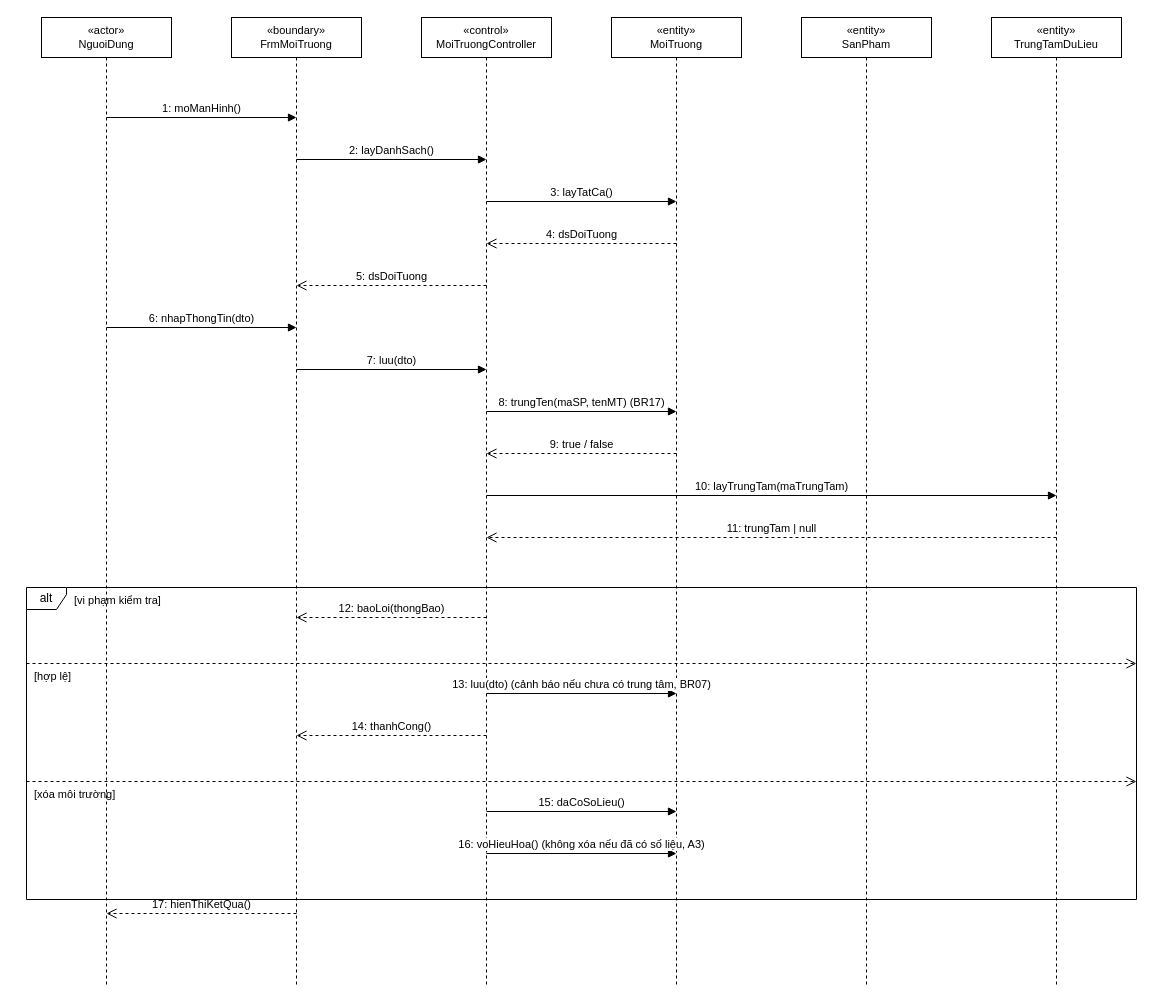
Before: docs/diagrams/03_TuanTu/UC_GD_006_Sequence_QuanLyMoiTruong.drawio in TranThienNhan8279/GreenDash, a draw.io diagram. Source tidied: cells renumbered, new cells numbered last; positions are measured from the earlier drawing's top-left corner, leaving out a move shared by most shapes. Both pictures are drawn from the tidied source at 100%, with x=0, y=0 at pixel (26, 17).
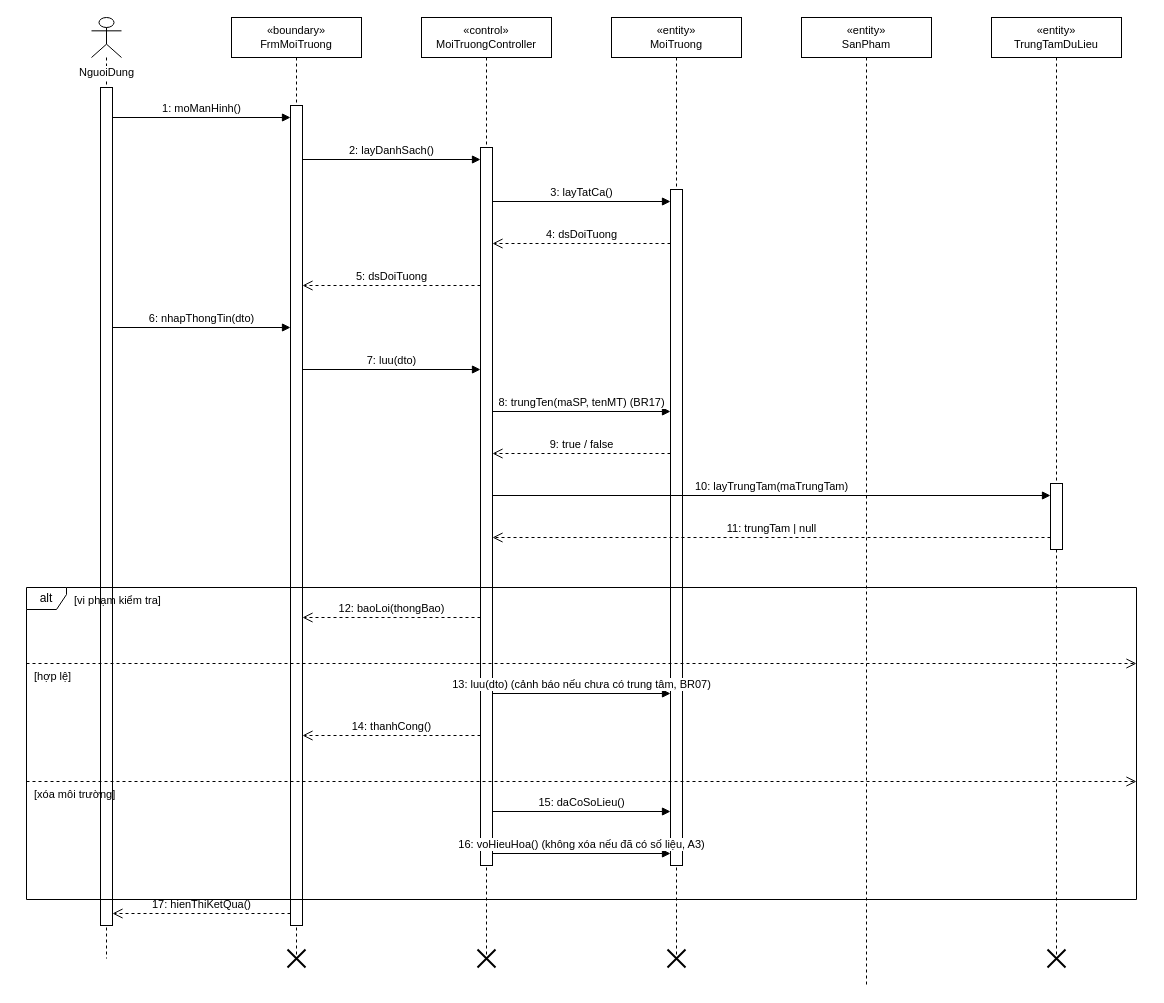
The same page after the edit.

The edit, as a diff of the source:
```diff
@@
-    <mxCell id="2" value="«actor»&lt;br&gt;NguoiDung" style="shape=umlLifeline;perimeter=lifelinePerimeter;whiteSpace=wrap;html=1;fontSize=11;" parent="1" vertex="1">
-      <mxGeometry x="15" width="130" height="968" as="geometry" />
+    <mxCell id="2" value="NguoiDung" style="shape=umlLifeline;participant=umlActor;verticalAlign=top;spacingTop=42;labelBackgroundColor=#ffffff;perimeter=lifelinePerimeter;whiteSpace=nowrap;html=1;fontSize=11;" parent="1" vertex="1">
+      <mxGeometry x="65" width="30" height="941" as="geometry" />
     </mxCell>
     <mxCell id="3" value="«boundary»&lt;br&gt;FrmMoiTruong" style="shape=umlLifeline;perimeter=lifelinePerimeter;whiteSpace=wrap;html=1;fontSize=11;" parent="1" vertex="1">
-      <mxGeometry x="205" width="130" height="968" as="geometry" />
+      <mxGeometry x="205" width="130" height="941" as="geometry" />
     </mxCell>
     <mxCell id="4" value="«control»&lt;br&gt;MoiTruongController" style="shape=umlLifeline;perimeter=lifelinePerimeter;whiteSpace=wrap;html=1;fontSize=11;" parent="1" vertex="1">
-      <mxGeometry x="395" width="130" height="968" as="geometry" />
+      <mxGeometry x="395" width="130" height="941" as="geometry" />
     </mxCell>
     <mxCell id="5" value="«entity»&lt;br&gt;MoiTruong" style="shape=umlLifeline;perimeter=lifelinePerimeter;whiteSpace=wrap;html=1;fontSize=11;" parent="1" vertex="1">
-      <mxGeometry x="585" width="130" height="968" as="geometry" />
+      <mxGeometry x="585" width="130" height="941" as="geometry" />
     </mxCell>
@@
     <mxCell id="7" value="«entity»&lt;br&gt;TrungTamDuLieu" style="shape=umlLifeline;perimeter=lifelinePerimeter;whiteSpace=wrap;html=1;fontSize=11;" parent="1" vertex="1">
-      <mxGeometry x="965" width="130" height="968" as="geometry" />
+      <mxGeometry x="965" width="130" height="941" as="geometry" />
     </mxCell>
+    <mxCell id="31" style="html=1;perimeter=orthogonalPerimeter;fillColor=#ffffff;strokeColor=#000000;" parent="1" vertex="1">
+      <mxGeometry x="74" y="70" width="12" height="838" as="geometry" />
+    </mxCell>
+    <mxCell id="32" style="html=1;perimeter=orthogonalPerimeter;fillColor=#ffffff;strokeColor=#000000;" parent="1" vertex="1">
+      <mxGeometry x="264" y="88" width="12" height="820" as="geometry" />
+    </mxCell>
+    <mxCell id="33" style="shape=umlDestroy;html=1;strokeWidth=2;strokeColor=#000000;" parent="1" vertex="1">
+      <mxGeometry x="261" y="932" width="18" height="18" as="geometry" />
+    </mxCell>
+    <mxCell id="34" style="html=1;perimeter=orthogonalPerimeter;fillColor=#ffffff;strokeColor=#000000;" parent="1" vertex="1">
+      <mxGeometry x="454" y="130" width="12" height="718" as="geometry" />
+    </mxCell>
+    <mxCell id="35" style="shape=umlDestroy;html=1;strokeWidth=2;strokeColor=#000000;" parent="1" vertex="1">
+      <mxGeometry x="451" y="932" width="18" height="18" as="geometry" />
+    </mxCell>
+    <mxCell id="36" style="html=1;perimeter=orthogonalPerimeter;fillColor=#ffffff;strokeColor=#000000;" parent="1" vertex="1">
+      <mxGeometry x="644" y="172" width="12" height="676" as="geometry" />
+    </mxCell>
+    <mxCell id="37" style="shape=umlDestroy;html=1;strokeWidth=2;strokeColor=#000000;" parent="1" vertex="1">
+      <mxGeometry x="641" y="932" width="18" height="18" as="geometry" />
+    </mxCell>
+    <mxCell id="38" style="html=1;perimeter=orthogonalPerimeter;fillColor=#ffffff;strokeColor=#000000;" parent="1" vertex="1">
+      <mxGeometry x="1024" y="466" width="12" height="66" as="geometry" />
+    </mxCell>
+    <mxCell id="39" style="shape=umlDestroy;html=1;strokeWidth=2;strokeColor=#000000;" parent="1" vertex="1">
+      <mxGeometry x="1021" y="932" width="18" height="18" as="geometry" />
+    </mxCell>
     <mxCell id="8" value="1: moManHinh()" style="html=1;verticalAlign=bottom;endArrow=block;endFill=1;" parent="1" edge="1">
       <mxGeometry relative="1" as="geometry">
-        <mxPoint x="80" y="100" as="sourcePoint" />
-        <mxPoint x="270" y="100" as="targetPoint" />
+        <mxPoint x="86" y="100" as="sourcePoint" />
+        <mxPoint x="264" y="100" as="targetPoint" />
       </mxGeometry>
     </mxCell>
     <mxCell id="9" value="2: layDanhSach()" style="html=1;verticalAlign=bottom;endArrow=block;endFill=1;" parent="1" edge="1">
       <mxGeometry relative="1" as="geometry">
-        <mxPoint x="270" y="142" as="sourcePoint" />
-        <mxPoint x="460" y="142" as="targetPoint" />
+        <mxPoint x="276" y="142" as="sourcePoint" />
+        <mxPoint x="454" y="142" as="targetPoint" />
       </mxGeometry>
     </mxCell>
     <mxCell id="10" value="3: layTatCa()" style="html=1;verticalAlign=bottom;endArrow=block;endFill=1;" parent="1" edge="1">
       <mxGeometry relative="1" as="geometry">
-        <mxPoint x="460" y="184" as="sourcePoint" />
-        <mxPoint x="650" y="184" as="targetPoint" />
+        <mxPoint x="466" y="184" as="sourcePoint" />
+        <mxPoint x="644" y="184" as="targetPoint" />
       </mxGeometry>
     </mxCell>
     <mxCell id="11" value="4: dsDoiTuong" style="html=1;verticalAlign=bottom;endArrow=open;endSize=8;dashed=1;" parent="1" edge="1">
       <mxGeometry relative="1" as="geometry">
-        <mxPoint x="650" y="226" as="sourcePoint" />
-        <mxPoint x="460" y="226" as="targetPoint" />
+        <mxPoint x="644" y="226" as="sourcePoint" />
+        <mxPoint x="466" y="226" as="targetPoint" />
       </mxGeometry>
     </mxCell>
     <mxCell id="12" value="5: dsDoiTuong" style="html=1;verticalAlign=bottom;endArrow=open;endSize=8;dashed=1;" parent="1" edge="1">
       <mxGeometry relative="1" as="geometry">
-        <mxPoint x="460" y="268" as="sourcePoint" />
-        <mxPoint x="270" y="268" as="targetPoint" />
+        <mxPoint x="454" y="268" as="sourcePoint" />
+        <mxPoint x="276" y="268" as="targetPoint" />
       </mxGeometry>
     </mxCell>
     <mxCell id="13" value="6: nhapThongTin(dto)" style="html=1;verticalAlign=bottom;endArrow=block;endFill=1;" parent="1" edge="1">
       <mxGeometry relative="1" as="geometry">
-        <mxPoint x="80" y="310" as="sourcePoint" />
-        <mxPoint x="270" y="310" as="targetPoint" />
+        <mxPoint x="86" y="310" as="sourcePoint" />
+        <mxPoint x="264" y="310" as="targetPoint" />
       </mxGeometry>
     </mxCell>
     <mxCell id="14" value="7: luu(dto)" style="html=1;verticalAlign=bottom;endArrow=block;endFill=1;" parent="1" edge="1">
       <mxGeometry relative="1" as="geometry">
-        <mxPoint x="270" y="352" as="sourcePoint" />
-        <mxPoint x="460" y="352" as="targetPoint" />
+        <mxPoint x="276" y="352" as="sourcePoint" />
+        <mxPoint x="454" y="352" as="targetPoint" />
       </mxGeometry>
     </mxCell>
     <mxCell id="15" value="8: trungTen(maSP, tenMT)  (BR17)" style="html=1;verticalAlign=bottom;endArrow=block;endFill=1;" parent="1" edge="1">
       <mxGeometry relative="1" as="geometry">
-        <mxPoint x="460" y="394" as="sourcePoint" />
-        <mxPoint x="650" y="394" as="targetPoint" />
+        <mxPoint x="466" y="394" as="sourcePoint" />
+        <mxPoint x="644" y="394" as="targetPoint" />
       </mxGeometry>
     </mxCell>
     <mxCell id="16" value="9: true / false" style="html=1;verticalAlign=bottom;endArrow=open;endSize=8;dashed=1;" parent="1" edge="1">
       <mxGeometry relative="1" as="geometry">
-        <mxPoint x="650" y="436" as="sourcePoint" />
-        <mxPoint x="460" y="436" as="targetPoint" />
+        <mxPoint x="644" y="436" as="sourcePoint" />
+        <mxPoint x="466" y="436" as="targetPoint" />
       </mxGeometry>
     </mxCell>
     <mxCell id="17" value="10: layTrungTam(maTrungTam)" style="html=1;verticalAlign=bottom;endArrow=block;endFill=1;" parent="1" edge="1">
       <mxGeometry relative="1" as="geometry">
-        <mxPoint x="460" y="478" as="sourcePoint" />
-        <mxPoint x="1030" y="478" as="targetPoint" />
+        <mxPoint x="466" y="478" as="sourcePoint" />
+        <mxPoint x="1024" y="478" as="targetPoint" />
       </mxGeometry>
     </mxCell>
     <mxCell id="18" value="11: trungTam | null" style="html=1;verticalAlign=bottom;endArrow=open;endSize=8;dashed=1;" parent="1" edge="1">
       <mxGeometry relative="1" as="geometry">
-        <mxPoint x="1030" y="520" as="sourcePoint" />
-        <mxPoint x="460" y="520" as="targetPoint" />
+        <mxPoint x="1024" y="520" as="sourcePoint" />
+        <mxPoint x="466" y="520" as="targetPoint" />
       </mxGeometry>
     </mxCell>
     <mxCell id="19" value="12: baoLoi(thongBao)" style="html=1;verticalAlign=bottom;endArrow=open;endSize=8;dashed=1;" parent="1" edge="1">
       <mxGeometry relative="1" as="geometry">
-        <mxPoint x="460" y="600" as="sourcePoint" />
-        <mxPoint x="270" y="600" as="targetPoint" />
+        <mxPoint x="454" y="600" as="sourcePoint" />
+        <mxPoint x="276" y="600" as="targetPoint" />
       </mxGeometry>
     </mxCell>
     <mxCell id="20" value="13: luu(dto)  (cảnh báo nếu chưa có trung tâm, BR07)" style="html=1;verticalAlign=bottom;endArrow=block;endFill=1;" parent="1" edge="1">
       <mxGeometry relative="1" as="geometry">
-        <mxPoint x="460" y="676" as="sourcePoint" />
-        <mxPoint x="650" y="676" as="targetPoint" />
+        <mxPoint x="466" y="676" as="sourcePoint" />
+        <mxPoint x="644" y="676" as="targetPoint" />
       </mxGeometry>
     </mxCell>
     <mxCell id="21" value="14: thanhCong()" style="html=1;verticalAlign=bottom;endArrow=open;endSize=8;dashed=1;" parent="1" edge="1">
       <mxGeometry relative="1" as="geometry">
-        <mxPoint x="460" y="718" as="sourcePoint" />
-        <mxPoint x="270" y="718" as="targetPoint" />
+        <mxPoint x="454" y="718" as="sourcePoint" />
+        <mxPoint x="276" y="718" as="targetPoint" />
       </mxGeometry>
     </mxCell>
     <mxCell id="22" value="15: daCoSoLieu()" style="html=1;verticalAlign=bottom;endArrow=block;endFill=1;" parent="1" edge="1">
       <mxGeometry relative="1" as="geometry">
-        <mxPoint x="460" y="794" as="sourcePoint" />
-        <mxPoint x="650" y="794" as="targetPoint" />
+        <mxPoint x="466" y="794" as="sourcePoint" />
+        <mxPoint x="644" y="794" as="targetPoint" />
       </mxGeometry>
     </mxCell>
     <mxCell id="23" value="16: voHieuHoa()  (không xóa nếu đã có số liệu, A3)" style="html=1;verticalAlign=bottom;endArrow=block;endFill=1;" parent="1" edge="1">
       <mxGeometry relative="1" as="geometry">
-        <mxPoint x="460" y="836" as="sourcePoint" />
-        <mxPoint x="650" y="836" as="targetPoint" />
+        <mxPoint x="466" y="836" as="sourcePoint" />
+        <mxPoint x="644" y="836" as="targetPoint" />
       </mxGeometry>
     </mxCell>
     <mxCell id="24" value="17: hienThiKetQua()" style="html=1;verticalAlign=bottom;endArrow=open;endSize=8;dashed=1;" parent="1" edge="1">
       <mxGeometry relative="1" as="geometry">
-        <mxPoint x="270" y="896" as="sourcePoint" />
-        <mxPoint x="80" y="896" as="targetPoint" />
+        <mxPoint x="264" y="896" as="sourcePoint" />
+        <mxPoint x="86" y="896" as="targetPoint" />
       </mxGeometry>
     </mxCell>
```
